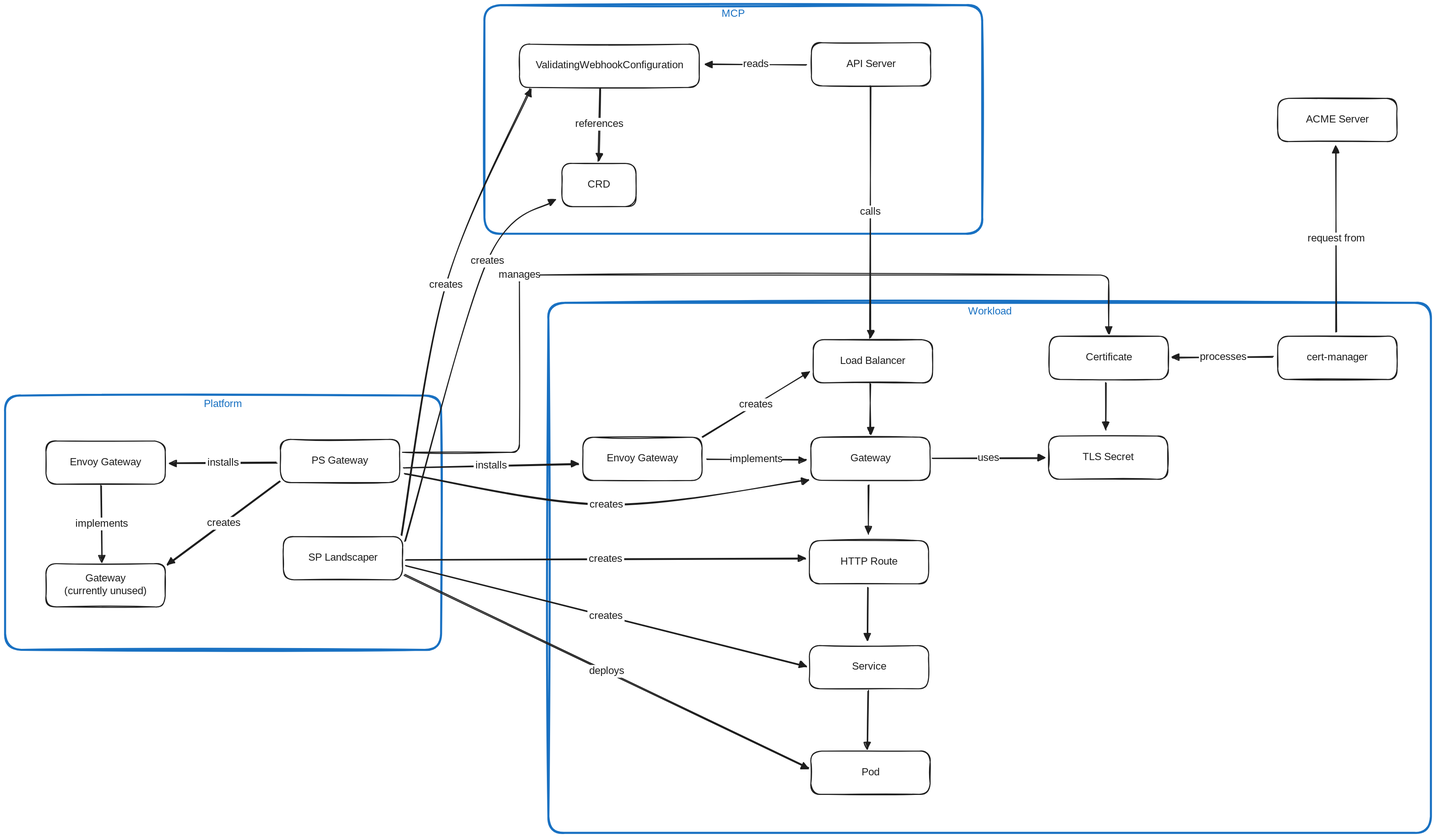
Above: docs/architecture.excalidraw.svg in openmcp-project/platform-service-gateway (Excalidraw), before the change. Source tidied: one line per element, renumbered; positions are measured from the earlier drawing's top-left corner, leaving out a move shared by most shapes.
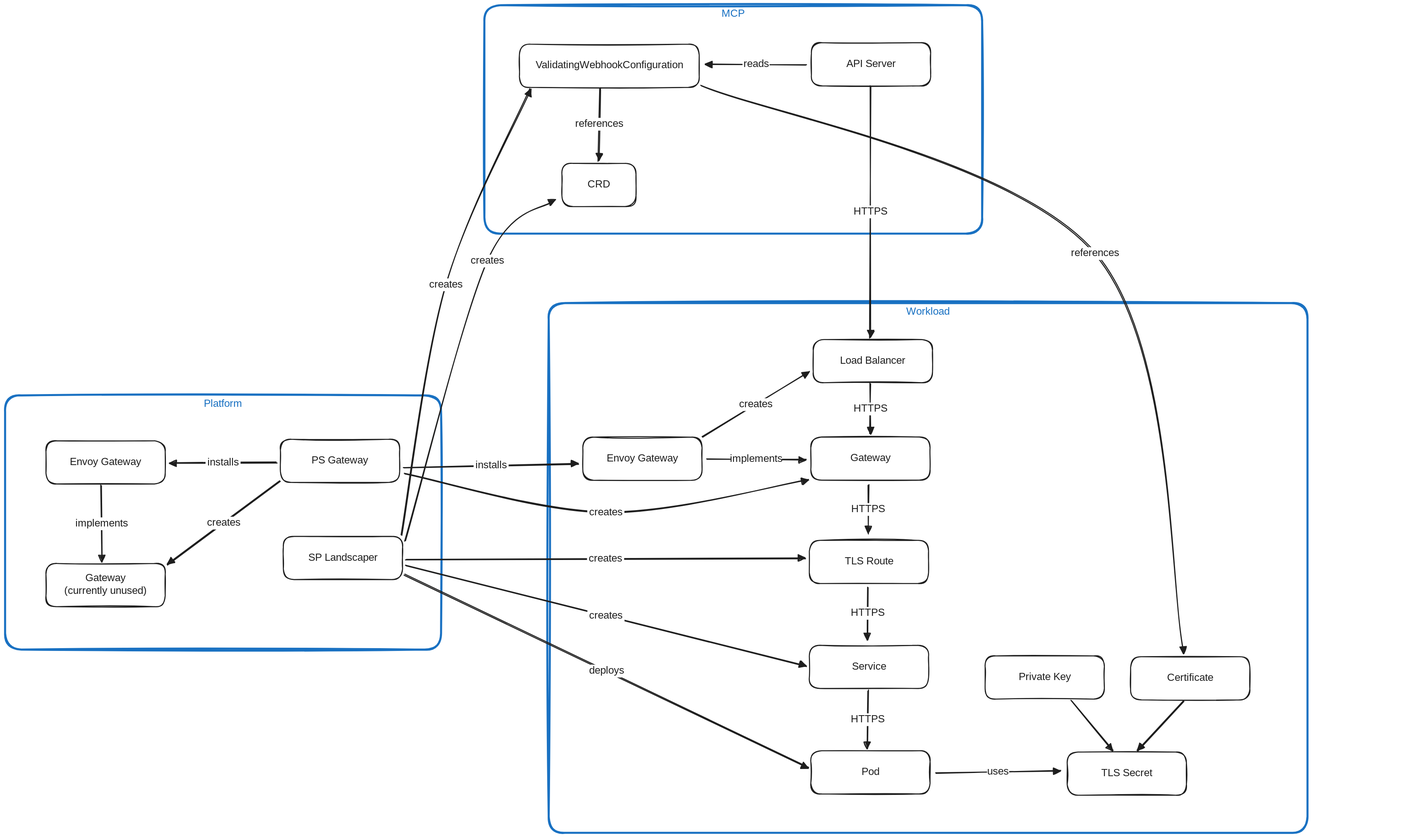
The same file after the commit.

Commit message:
docs: update architecture diagram (#5)

Change to the diagram source:
```diff
@@ -1,7 +1,7 @@
 {"id": 0, "type": "rectangle", "strokeColor": "#1971c2", "strokeWidth": 4, "roughness": 1, "round": true, "x": 1, "y": 1146, "width": 856, "height": 499}
 {"id": 1, "type": "text", "text": "Platform", "strokeColor": "#1971c2", "strokeWidth": 2, "roughness": 1, "fontSize": 20, "fontFamily": 5, "textAlign": "center", "inside": 0, "x": 387, "y": 1151, "width": 84, "height": 25}
-{"id": 2, "type": "rectangle", "strokeColor": "#1971c2", "strokeWidth": 4, "roughness": 1, "round": true, "x": 1067, "y": 964, "width": 1732, "height": 1040}
+{"id": 2, "type": "rectangle", "strokeColor": "#1971c2", "strokeWidth": 4, "roughness": 1, "round": true, "x": 1068, "y": 964, "width": 1489, "height": 1040}
-{"id": 3, "type": "text", "text": "Workload", "strokeColor": "#1971c2", "strokeWidth": 2, "roughness": 1, "fontSize": 20, "fontFamily": 5, "textAlign": "center", "inside": 2, "x": 1890, "y": 969, "width": 86, "height": 25}
+{"id": 3, "type": "text", "text": "Workload", "strokeColor": "#1971c2", "strokeWidth": 2, "roughness": 1, "fontSize": 20, "fontFamily": 5, "textAlign": "center", "inside": 2, "x": 1769, "y": 969, "width": 86, "height": 25}
 {"id": 4, "type": "rectangle", "strokeColor": "#1971c2", "strokeWidth": 4, "roughness": 1, "round": true, "x": 942, "y": 380, "width": 977, "height": 448}
 {"id": 5, "type": "text", "text": "MCP", "strokeColor": "#1971c2", "strokeWidth": 2, "roughness": 1, "fontSize": 20, "fontFamily": 5, "textAlign": "center", "inside": 4, "x": 1409, "y": 385, "width": 42, "height": 25}
 {"id": 6, "type": "rectangle", "strokeColor": "#1e1e1e", "strokeWidth": 2, "roughness": 1, "round": true, "x": 541, "y": 1232, "width": 234, "height": 85}
@@ -31,17 +31,21 @@
 {"id": 30, "type": "arrow", "strokeColor": "#1e1e1e", "strokeWidth": 2, "roughness": 1, "endArrowhead": "triangle", "round": true, "x": 1574, "y": 497, "width": 197, "height": 1, "points": [[0, 0], [-197, -1]]}
 {"id": 31, "type": "text", "text": "reads", "strokeColor": "#1e1e1e", "strokeWidth": 2, "roughness": 1, "fontSize": 20, "fontFamily": 5, "textAlign": "center", "verticalAlign": "middle", "inside": 30, "x": 888, "y": 0, "width": 53, "height": 25}
 {"id": 32, "type": "arrow", "strokeColor": "#1e1e1e", "strokeWidth": 2, "roughness": 1, "endArrowhead": "triangle", "round": true, "from": 24, "to": 28, "x": 1700, "y": 539, "width": 2, "height": 493, "points": [[0, 0], [-2, 493]]}
-{"id": 33, "type": "text", "text": "calls", "strokeColor": "#1e1e1e", "strokeWidth": 2, "roughness": 1, "fontSize": 20, "fontFamily": 5, "textAlign": "center", "verticalAlign": "middle", "inside": 32, "x": 1678, "y": 663, "width": 41, "height": 25}
+{"id": 33, "type": "text", "text": "HTTPS", "strokeColor": "#1e1e1e", "strokeWidth": 2, "roughness": 1, "fontSize": 20, "fontFamily": 5, "textAlign": "center", "verticalAlign": "middle", "inside": 32, "x": 1663, "y": 773, "width": 72, "height": 25}
 {"id": 34, "type": "rectangle", "strokeColor": "#1e1e1e", "strokeWidth": 2, "roughness": 1, "round": true, "x": 1579, "y": 1636, "width": 234, "height": 85}
 {"id": 35, "type": "text", "text": "Service", "strokeColor": "#1e1e1e", "strokeWidth": 2, "roughness": 1, "fontSize": 20, "fontFamily": 5, "textAlign": "center", "verticalAlign": "middle", "inside": 34, "x": 1663, "y": 1666, "width": 68, "height": 25}
 {"id": 36, "type": "rectangle", "strokeColor": "#1e1e1e", "strokeWidth": 2, "roughness": 1, "round": true, "x": 1582, "y": 1843, "width": 234, "height": 85}
 {"id": 37, "type": "text", "text": "Pod", "strokeColor": "#1e1e1e", "strokeWidth": 2, "roughness": 1, "fontSize": 20, "fontFamily": 5, "textAlign": "center", "verticalAlign": "middle", "inside": 36, "x": 1681, "y": 1873, "width": 37, "height": 25}
 {"id": 38, "type": "arrow", "strokeColor": "#1e1e1e", "strokeWidth": 2, "roughness": 1, "endArrowhead": "triangle", "round": true, "from": 28, "to": 14, "x": 1700, "y": 1123, "width": 1, "height": 97, "points": [[0, 0], [-1, 97]]}
+{"id": 83, "type": "text", "text": "HTTPS", "strokeColor": "#1e1e1e", "strokeWidth": 2, "roughness": 1, "fontSize": 20, "fontFamily": 5, "textAlign": "center", "verticalAlign": "middle", "inside": 38, "x": 1663, "y": 1160, "width": 72, "height": 25}
 {"id": 39, "type": "arrow", "strokeColor": "#1e1e1e", "strokeWidth": 2, "roughness": 1, "endArrowhead": "triangle", "round": true, "from": 34, "to": 36, "x": 1695, "y": 1724, "width": 2, "height": 115, "points": [[0, 0], [-2, 115]]}
+{"id": 84, "type": "text", "text": "HTTPS", "strokeColor": "#1e1e1e", "strokeWidth": 2, "roughness": 1, "fontSize": 20, "fontFamily": 5, "textAlign": "center", "verticalAlign": "middle", "inside": 39, "x": 1658, "y": 1769, "width": 72, "height": 25}
 {"id": 40, "type": "rectangle", "strokeColor": "#1e1e1e", "strokeWidth": 2, "roughness": 1, "round": true, "x": 1579, "y": 1430, "width": 234, "height": 85}
-{"id": 41, "type": "text", "text": "HTTP Route", "strokeColor": "#1e1e1e", "strokeWidth": 2, "roughness": 1, "fontSize": 20, "fontFamily": 5, "textAlign": "center", "verticalAlign": "middle", "inside": 40, "x": 1633, "y": 1460, "width": 127, "height": 25}
+{"id": 41, "type": "text", "text": "TLS Route", "strokeColor": "#1e1e1e", "strokeWidth": 2, "roughness": 1, "fontSize": 20, "fontFamily": 5, "textAlign": "center", "verticalAlign": "middle", "inside": 40, "x": 1642, "y": 1460, "width": 108, "height": 25}
 {"id": 42, "type": "arrow", "strokeColor": "#1e1e1e", "strokeWidth": 2, "roughness": 1, "endArrowhead": "triangle", "round": true, "from": 40, "to": 34, "x": 1694, "y": 1522, "width": 0, "height": 102, "points": [[0, 0], [0, 102]]}
+{"id": 85, "type": "text", "text": "HTTPS", "strokeColor": "#1e1e1e", "strokeWidth": 2, "roughness": 1, "fontSize": 20, "fontFamily": 5, "textAlign": "center", "verticalAlign": "middle", "inside": 42, "x": 1658, "y": 1561, "width": 72, "height": 25}
 {"id": 43, "type": "arrow", "strokeColor": "#1e1e1e", "strokeWidth": 2, "roughness": 1, "endArrowhead": "triangle", "round": true, "from": 14, "to": 40, "x": 1695, "y": 1322, "width": 1, "height": 94, "points": [[0, 0], [-1, 94]]}
+{"id": 86, "type": "text", "text": "HTTPS", "strokeColor": "#1e1e1e", "strokeWidth": 2, "roughness": 1, "fontSize": 20, "fontFamily": 5, "textAlign": "center", "verticalAlign": "middle", "inside": 43, "x": 1659, "y": 1357, "width": 72, "height": 25}
 {"id": 44, "type": "rectangle", "strokeColor": "#1e1e1e", "strokeWidth": 2, "roughness": 1, "round": true, "x": 547, "y": 1422, "width": 234, "height": 85}
 {"id": 45, "type": "text", "text": "SP Landscaper", "strokeColor": "#1e1e1e", "strokeWidth": 2, "roughness": 1, "fontSize": 20, "fontFamily": 5, "textAlign": "center", "verticalAlign": "middle", "inside": 44, "x": 593, "y": 1452, "width": 142, "height": 25}
 {"id": 46, "type": "arrow", "strokeColor": "#1e1e1e", "strokeWidth": 2, "roughness": 1, "endArrowhead": "triangle", "round": true, "from": 44, "to": 40, "x": 787, "y": 1468, "width": 785, "height": 3, "points": [[0, 0], [785, -3]]}
@@ -60,24 +64,19 @@
 {"id": 59, "type": "text", "text": "creates", "strokeColor": "#1e1e1e", "strokeWidth": 2, "roughness": 1, "fontSize": 20, "fontFamily": 5, "textAlign": "center", "verticalAlign": "middle", "inside": 58, "x": 1426, "y": 1150, "width": 73, "height": 25}
 {"id": 60, "type": "arrow", "strokeColor": "#1e1e1e", "strokeWidth": 2, "roughness": 1, "endArrowhead": "triangle", "round": true, "from": 44, "to": 54, "x": 786, "y": 1431, "width": 294, "height": 668, "points": [[0, 0], [162, -549], [294, -668]]}
 {"id": 61, "type": "text", "text": "creates", "strokeColor": "#1e1e1e", "strokeWidth": 2, "roughness": 1, "fontSize": 20, "fontFamily": 5, "textAlign": "center", "verticalAlign": "middle", "inside": 60, "x": 903, "y": 1095, "width": 73, "height": 25}
-{"id": 62, "type": "rectangle", "strokeColor": "#1e1e1e", "strokeWidth": 2, "roughness": 1, "round": true, "x": 2049, "y": 1225, "width": 234, "height": 85}
+{"id": 62, "type": "rectangle", "strokeColor": "#1e1e1e", "strokeWidth": 2, "roughness": 1, "round": true, "x": 2085, "y": 1845, "width": 234, "height": 85}
-{"id": 63, "type": "text", "text": "TLS Secret", "strokeColor": "#1e1e1e", "strokeWidth": 2, "roughness": 1, "fontSize": 20, "fontFamily": 5, "textAlign": "center", "verticalAlign": "middle", "inside": 62, "x": 2110, "y": 1255, "width": 111, "height": 25}
+{"id": 63, "type": "text", "text": "TLS Secret", "strokeColor": "#1e1e1e", "strokeWidth": 2, "roughness": 1, "fontSize": 20, "fontFamily": 5, "textAlign": "center", "verticalAlign": "middle", "inside": 62, "x": 2147, "y": 1875, "width": 111, "height": 25}
-{"id": 64, "type": "arrow", "strokeColor": "#1e1e1e", "strokeWidth": 2, "roughness": 1, "endArrowhead": "triangle", "round": true, "from": 14, "to": 62, "x": 1821, "y": 1268, "width": 219, "height": 1, "points": [[0, 0], [219, 1]]}
-{"id": 65, "type": "text", "text": "uses", "strokeColor": "#1e1e1e", "strokeWidth": 2, "roughness": 1, "fontSize": 20, "fontFamily": 5, "textAlign": "center", "verticalAlign": "middle", "inside": 64, "x": 1909, "y": 1256, "width": 43, "height": 25}
-{"id": 66, "type": "rectangle", "strokeColor": "#1e1e1e", "strokeWidth": 2, "roughness": 1, "round": true, "x": 2050, "y": 1029, "width": 234, "height": 85}
+{"id": 66, "type": "rectangle", "strokeColor": "#1e1e1e", "strokeWidth": 2, "roughness": 1, "round": true, "x": 2210, "y": 1658, "width": 234, "height": 85}
-{"id": 67, "type": "text", "text": "Certificate", "strokeColor": "#1e1e1e", "strokeWidth": 2, "roughness": 1, "fontSize": 20, "fontFamily": 5, "textAlign": "center", "verticalAlign": "middle", "inside": 66, "x": 2114, "y": 1059, "width": 106, "height": 25}
+{"id": 67, "type": "text", "text": "Certificate", "strokeColor": "#1e1e1e", "strokeWidth": 2, "roughness": 1, "fontSize": 20, "fontFamily": 5, "textAlign": "center", "verticalAlign": "middle", "inside": 66, "x": 2274, "y": 1688, "width": 106, "height": 25}
-{"id": 68, "type": "rectangle", "strokeColor": "#1e1e1e", "strokeWidth": 2, "roughness": 1, "round": true, "x": 2499, "y": 563, "width": 234, "height": 85}
-{"id": 69, "type": "text", "text": "ACME Server", "strokeColor": "#1e1e1e", "strokeWidth": 2, "roughness": 1, "fontSize": 20, "fontFamily": 5, "textAlign": "center", "verticalAlign": "middle", "inside": 68, "x": 2553, "y": 592, "width": 124, "height": 25}
-{"id": 70, "type": "rectangle", "strokeColor": "#1e1e1e", "strokeWidth": 2, "roughness": 1, "round": true, "x": 2499, "y": 1029, "width": 234, "height": 85}
-{"id": 71, "type": "text", "text": "cert-manager", "strokeColor": "#1e1e1e", "strokeWidth": 2, "roughness": 1, "fontSize": 20, "fontFamily": 5, "textAlign": "center", "verticalAlign": "middle", "inside": 70, "x": 2553, "y": 1059, "width": 126, "height": 25}
-{"id": 72, "type": "arrow", "strokeColor": "#1e1e1e", "strokeWidth": 2, "roughness": 1, "endArrowhead": "triangle", "round": true, "from": 70, "to": 68, "x": 2613, "y": 1020, "width": 0, "height": 364, "points": [[0, 0], [0, -364]]}
-{"id": 73, "type": "text", "text": "request from", "strokeColor": "#1e1e1e", "strokeWidth": 2, "roughness": 1, "fontSize": 20, "fontFamily": 5, "textAlign": "center", "verticalAlign": "middle", "inside": 72, "x": 2551, "y": 826, "width": 124, "height": 25}
-{"id": 74, "type": "arrow", "strokeColor": "#1e1e1e", "strokeWidth": 2, "roughness": 1, "endArrowhead": "triangle", "round": true, "from": 70, "to": 66, "x": 2490, "y": 1070, "width": 197, "height": 2, "points": [[0, 0], [-197, 2]]}
-{"id": 75, "type": "text", "text": "processes", "strokeColor": "#1e1e1e", "strokeWidth": 2, "roughness": 1, "fontSize": 20, "fontFamily": 5, "textAlign": "center", "verticalAlign": "middle", "inside": 74, "x": 2344, "y": 1058, "width": 95, "height": 25}
-{"id": 76, "type": "arrow", "strokeColor": "#1e1e1e", "strokeWidth": 2, "roughness": 1, "endArrowhead": "triangle", "round": true, "from": 66, "to": 62, "x": 2162, "y": 1121, "width": 1, "height": 92, "points": [[0, 0], [-1, 92]]}
+{"id": 76, "type": "arrow", "strokeColor": "#1e1e1e", "strokeWidth": 2, "roughness": 1, "endArrowhead": "triangle", "round": true, "from": 66, "to": 62, "x": 2314, "y": 1746, "width": 91, "height": 98, "points": [[0, 0], [-91, 98]]}
-{"id": 77, "type": "arrow", "strokeColor": "#1e1e1e", "strokeWidth": 2, "roughness": 1, "endArrowhead": "triangle", "from": 6, "to": 66, "x": 781, "y": 1257, "width": 1386, "height": 348, "points": [[0, 0], [230, 0], [230, -348], [1386, -348], [1386, -233]]}
-{"id": 78, "type": "text", "text": "manages", "strokeColor": "#1e1e1e", "strokeWidth": 2, "roughness": 1, "fontSize": 20, "fontFamily": 5, "textAlign": "center", "verticalAlign": "middle", "inside": 77, "x": 955, "y": 897, "width": 80, "height": 25}
-{"id": 79, "type": "arrow", "strokeColor": "#1e1e1e", "strokeWidth": 2, "roughness": 1, "endArrowhead": "triangle", "round": true, "from": 6, "to": 14, "x": 785, "y": 1300, "width": 792, "height": 60, "points": [[0, 0], [396, 60], [792, 11]]}
+{"id": 79, "type": "arrow", "strokeColor": "#1e1e1e", "strokeWidth": 2, "roughness": 1, "endArrowhead": "triangle", "round": true, "from": 6, "to": 14, "x": 785, "y": 1300, "width": 792, "height": 76, "points": [[0, 0], [395, 76], [792, 11]]}
 {"id": 80, "type": "text", "text": "creates", "strokeColor": "#1e1e1e", "strokeWidth": 2, "roughness": 1, "fontSize": 20, "fontFamily": 5, "textAlign": "center", "verticalAlign": "middle", "inside": 79, "x": 1144, "y": 1348, "width": 73, "height": 25}
 {"id": 81, "type": "arrow", "strokeColor": "#1e1e1e", "strokeWidth": 2, "roughness": 1, "endArrowhead": "triangle", "round": true, "from": 6, "to": 12, "x": 541, "y": 1314, "width": 222, "height": 164, "points": [[0, 0], [-222, 164]]}
 {"id": 82, "type": "text", "text": "creates", "strokeColor": "#1e1e1e", "strokeWidth": 2, "roughness": 1, "fontSize": 20, "fontFamily": 5, "textAlign": "center", "verticalAlign": "middle", "inside": 81, "x": 394, "y": 1384, "width": 73, "height": 25}
+{"id": 87, "type": "rectangle", "strokeColor": "#1e1e1e", "strokeWidth": 2, "roughness": 1, "round": true, "x": 1924, "y": 1657, "width": 234, "height": 85}
+{"id": 88, "type": "text", "text": "Private Key", "strokeColor": "#1e1e1e", "strokeWidth": 2, "roughness": 1, "fontSize": 20, "fontFamily": 5, "textAlign": "center", "verticalAlign": "middle", "inside": 87, "x": 1986, "y": 1687, "width": 111, "height": 25}
+{"id": 89, "type": "arrow", "strokeColor": "#1e1e1e", "strokeWidth": 2, "roughness": 1, "endArrowhead": "triangle", "round": true, "from": 87, "to": 62, "x": 2094, "y": 1745, "width": 81, "height": 97, "points": [[0, 0], [81, 97]]}
+{"id": 90, "type": "arrow", "strokeColor": "#1e1e1e", "strokeWidth": 2, "roughness": 1, "endArrowhead": "triangle", "round": true, "from": 36, "to": 62, "x": 1827, "y": 1888, "width": 245, "height": 6, "points": [[0, 0], [245, -6]]}
+{"id": 65, "type": "text", "text": "uses", "strokeColor": "#1e1e1e", "strokeWidth": 2, "roughness": 1, "fontSize": 20, "fontFamily": 5, "textAlign": "center", "verticalAlign": "middle", "inside": 90, "x": 1921, "y": 1861, "width": 43, "height": 25}
+{"id": 91, "type": "arrow", "strokeColor": "#1e1e1e", "strokeWidth": 2, "roughness": 1, "endArrowhead": "triangle", "round": true, "from": 26, "to": 66, "x": 1367, "y": 539, "width": 946, "height": 1113, "points": [[0, 0], [773, 329], [946, 1113]]}
+{"id": 92, "type": "text", "text": "references", "strokeColor": "#1e1e1e", "strokeWidth": 2, "roughness": 1, "fontSize": 20, "fontFamily": 5, "textAlign": "center", "verticalAlign": "middle", "inside": 91, "x": 2090, "y": 855, "width": 100, "height": 25}
```
